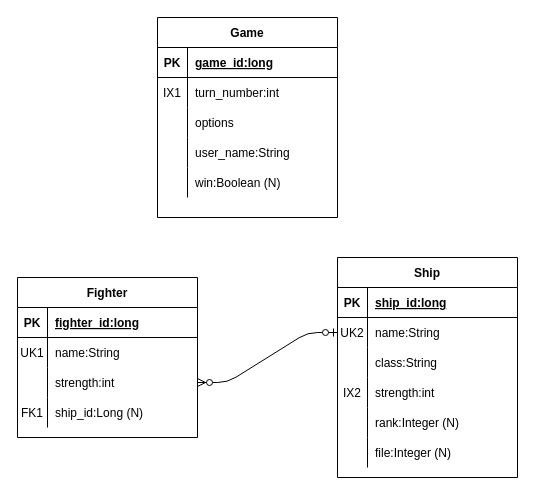
Earlier version of the draw.io diagram docs/work/erd.drawio (rfrech/battle-for-midway). Source tidied: cells renumbered, new cells numbered last; positions are measured from the earlier drawing's top-left corner, leaving out a move shared by most shapes. Both pictures are drawn from the tidied source at 100%, with x=0, y=0 at pixel (17, 17).
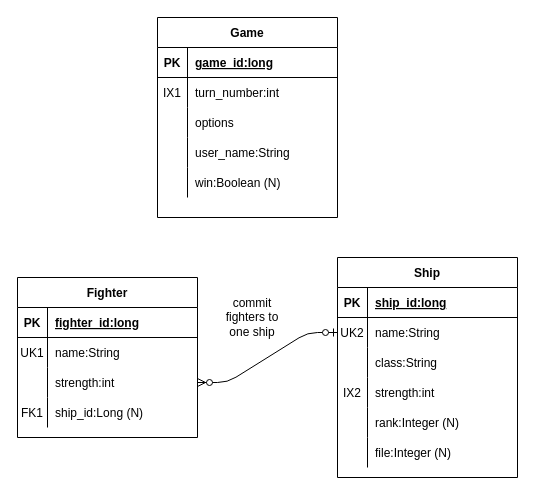
Above is the later version.

The edit, as a diff of the source:
```diff
@@
+    <mxCell id="51" value="commit fighters to one ship" style="text;html=1;strokeColor=none;fillColor=none;align=center;verticalAlign=middle;whiteSpace=wrap;rounded=0;" parent="1" vertex="1">
+      <mxGeometry x="200" y="260" width="70" height="80" as="geometry" />
+    </mxCell>
```
